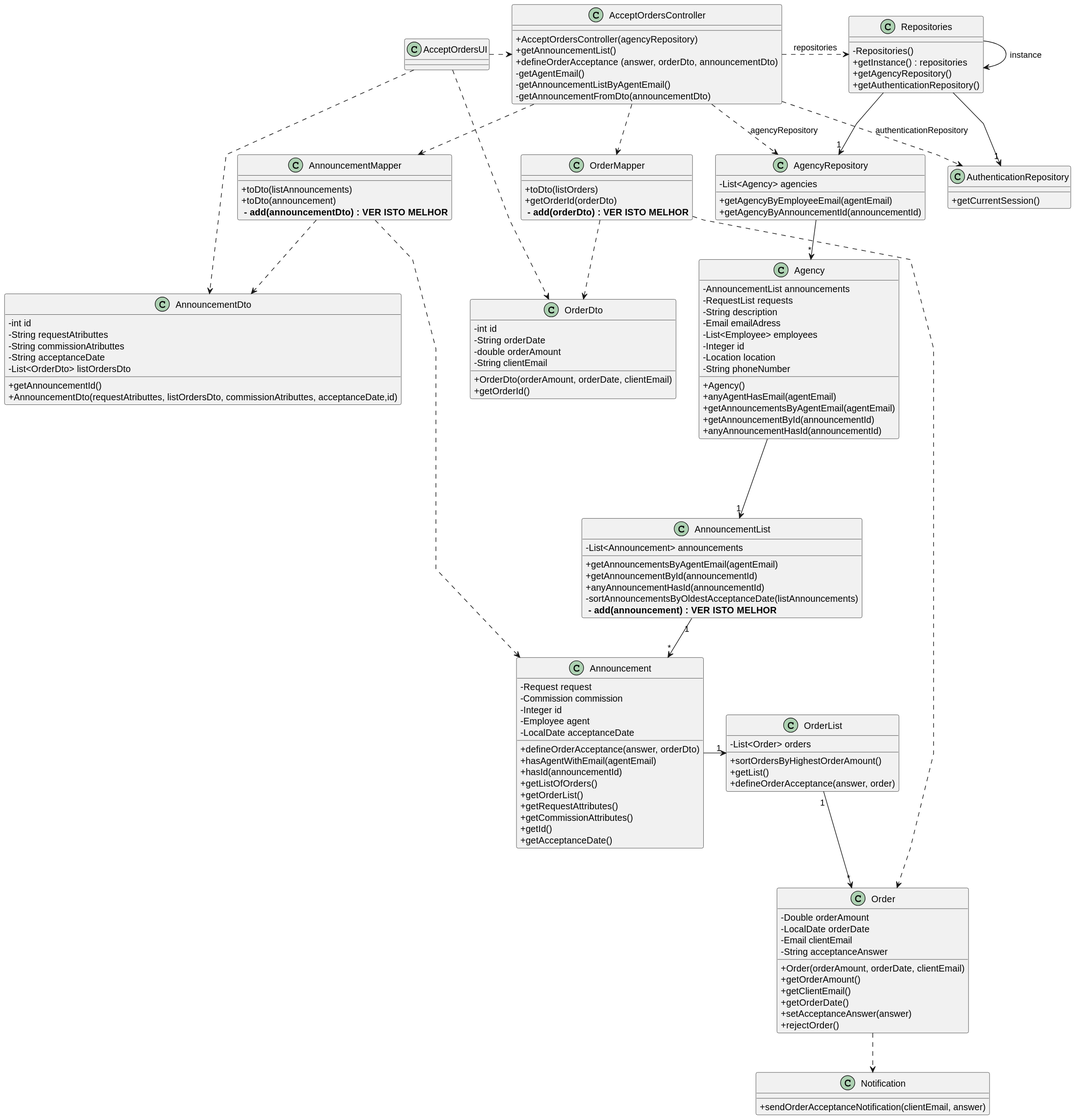
Earlier version of the PlantUML export docs/sprintC/us011/03.design/svg/us011-class-diagram.svg (rita-barbosa/LAPR2-2223).
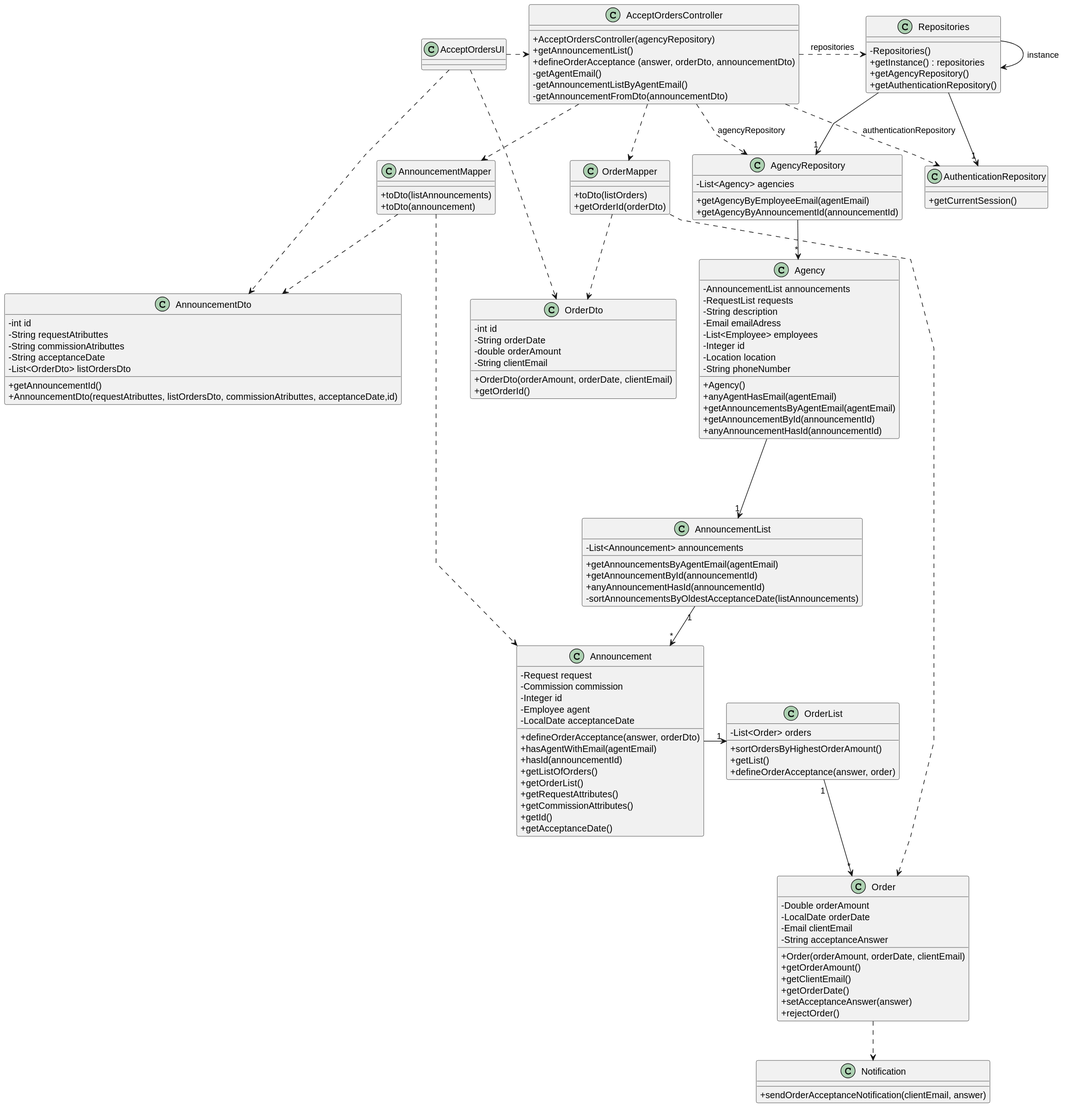
Above is the later version.

Commit message:
Update sequence & class diagram: correcting add to list [US012][Design][#05 Task]

What changed in the source:
```diff
@@ -25,7 +25,6 @@
 class OrderMapper {
     + toDto(listOrders)
     + getOrderId(orderDto)
-    ** - add(orderDto) : VER ISTO MELHOR**
 }
 
 class OrderList {
@@ -77,13 +76,11 @@
     + getAnnouncementById(announcementId)
     + anyAnnouncementHasId(announcementId)
     - sortAnnouncementsByOldestAcceptanceDate(listAnnouncements)
-    ** - add(announcement) : VER ISTO MELHOR**
 }
 
 class AnnouncementMapper {
     + toDto(listAnnouncements)
     + toDto(announcement)
-    ** - add(announcementDto) : VER ISTO MELHOR**
 }
 
 class Agency {
```
